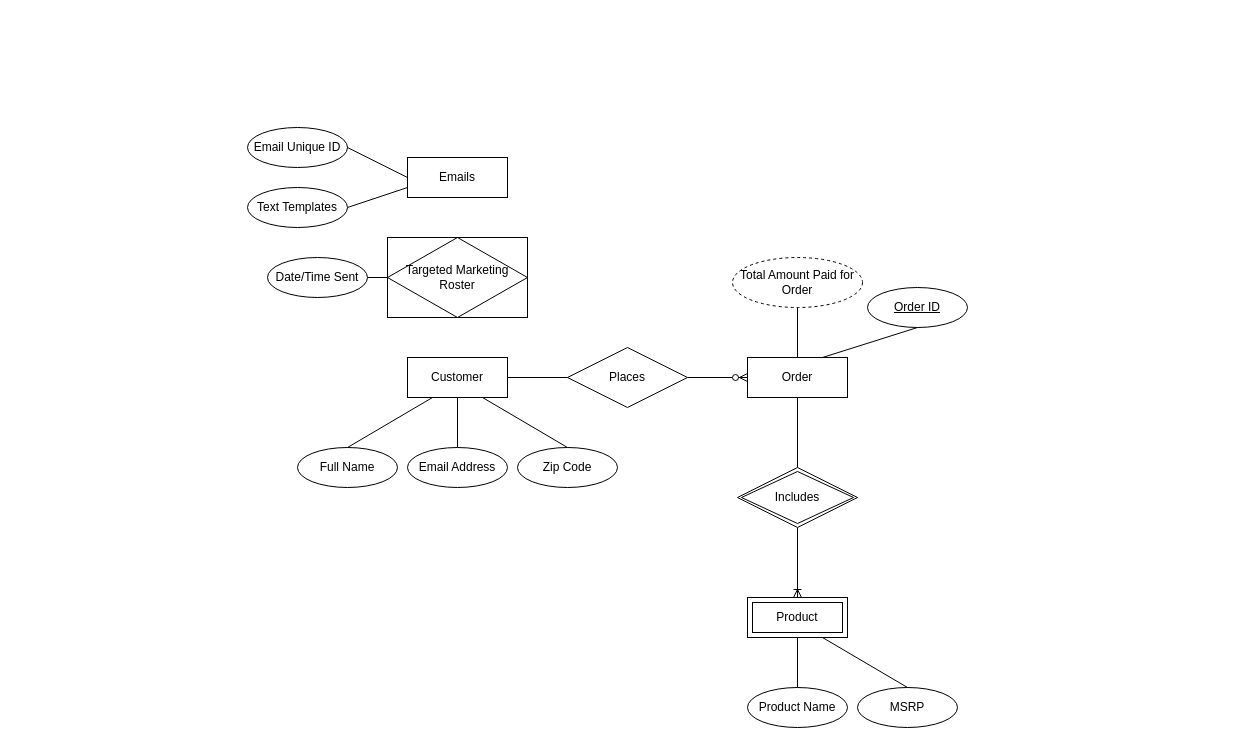
This is page "Page-2" (2 of 2) of Untitled Diagram.drawio from KILBORNK/skills-introduction-to-github, a draw.io file, before an edit. Source tidied: cells renumbered, new cells numbered last; positions are measured from the earlier drawing's top-left corner, leaving out a move shared by most shapes. Both pictures are drawn from the tidied source at 100%, with x=0, y=0 at pixel (247, 127).
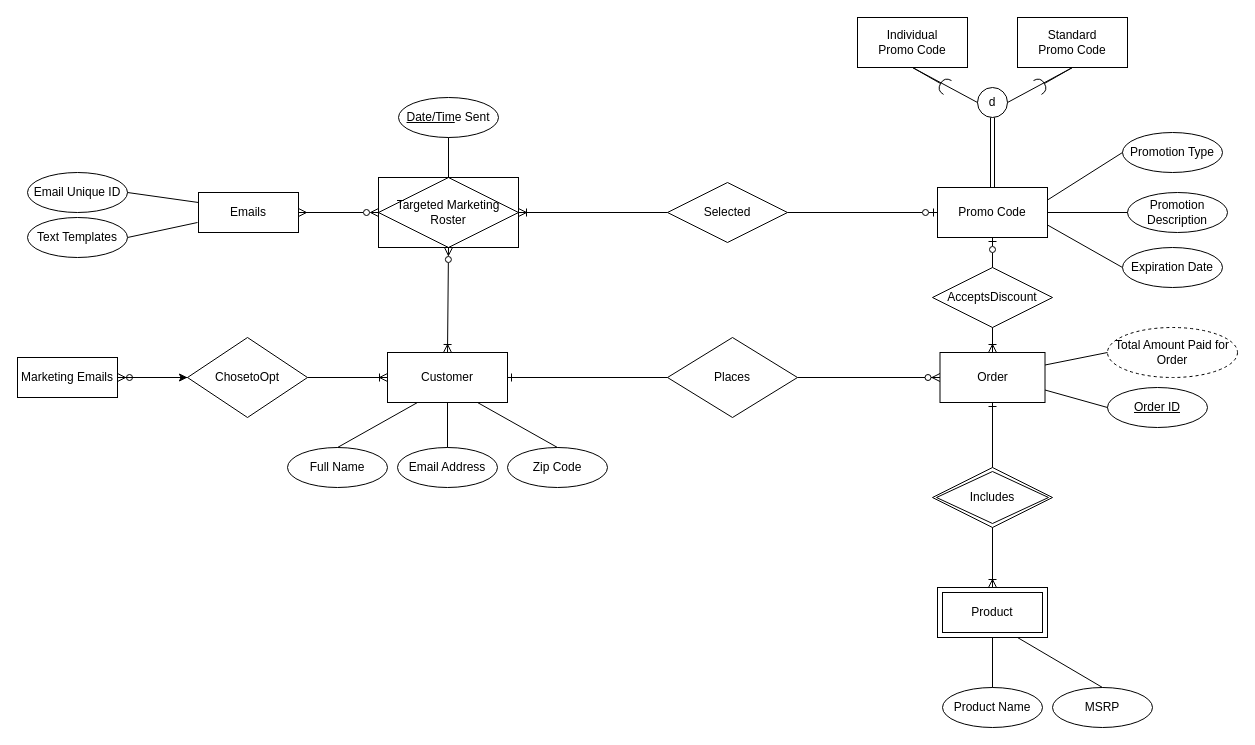
Above is the later version.

The edit, as a diff of the source:
```diff
@@
-    <mxCell id="2" value="Emails" style="whiteSpace=wrap;html=1;align=center;" parent="1" vertex="1">
-      <mxGeometry x="160" y="30" width="100" height="40" as="geometry" />
-    </mxCell>
-    <mxCell id="3" style="rounded=0;jettySize=auto;html=1;exitX=1;exitY=0.5;exitDx=0;exitDy=0;entryX=0;entryY=0.5;entryDx=0;entryDy=0;endArrow=none;startFill=0;" parent="1" edge="1" source="4" target="21">
+    <mxCell id="3" style="rounded=0;jettySize=auto;html=1;exitX=1;exitY=0.5;exitDx=0;exitDy=0;entryX=0;entryY=0.5;entryDx=0;entryDy=0;endArrow=none;startFill=0;startArrow=ERone;" parent="1" edge="1" source="4" target="21">
       <mxGeometry relative="1" as="geometry" />
     </mxCell>
     <mxCell id="4" value="Customer" style="whiteSpace=wrap;html=1;align=center;" parent="1" vertex="1">
-      <mxGeometry x="160" y="230" width="100" height="40" as="geometry" />
+      <mxGeometry x="140" y="225" width="120" height="50" as="geometry" />
     </mxCell>
-    <mxCell id="5" value="Order" style="whiteSpace=wrap;html=1;align=center;" parent="1" vertex="1">
-      <mxGeometry x="500" y="230" width="100" height="40" as="geometry" />
-    </mxCell>
-    <mxCell id="6" value="Product" style="shape=ext;margin=3;double=1;whiteSpace=wrap;html=1;align=center;" parent="1" vertex="1">
-      <mxGeometry x="500" y="470" width="100" height="40" as="geometry" />
-    </mxCell>
-    <mxCell id="7" value="Includes" style="shape=rhombus;double=1;perimeter=rhombusPerimeter;whiteSpace=wrap;html=1;align=center;" parent="1" vertex="1">
-      <mxGeometry x="490" y="340" width="120" height="60" as="geometry" />
-    </mxCell>
     <mxCell id="8" value="Full Name" style="ellipse;whiteSpace=wrap;html=1;align=center;" parent="1" vertex="1">
-      <mxGeometry x="50" y="320" width="100" height="40" as="geometry" />
+      <mxGeometry x="40" y="320" width="100" height="40" as="geometry" />
     </mxCell>
-    <mxCell id="9" style="rounded=0;jettySize=auto;html=1;exitX=1;exitY=0.5;exitDx=0;exitDy=0;entryX=0;entryY=0.5;entryDx=0;entryDy=0;endArrow=none;startFill=0;" parent="1" edge="1" source="10" target="14">
-      <mxGeometry relative="1" as="geometry" />
-    </mxCell>
-    <mxCell id="10" value="Date/Time Sent" style="ellipse;whiteSpace=wrap;html=1;align=center;" parent="1" vertex="1">
-      <mxGeometry x="20" y="130" width="100" height="40" as="geometry" />
-    </mxCell>
-    <mxCell id="11" style="rounded=0;jettySize=auto;html=1;exitX=1;exitY=0.5;exitDx=0;exitDy=0;entryX=0;entryY=0.75;entryDx=0;entryDy=0;endArrow=none;startFill=0;" parent="1" edge="1" source="12" target="2">
-      <mxGeometry relative="1" as="geometry" />
-    </mxCell>
-    <mxCell id="12" value="Text Templates" style="ellipse;whiteSpace=wrap;html=1;align=center;" parent="1" vertex="1">
-      <mxGeometry y="60" width="100" height="40" as="geometry" />
-    </mxCell>
-    <mxCell id="13" value="Email Unique ID" style="ellipse;whiteSpace=wrap;html=1;align=center;" parent="1" vertex="1">
-      <mxGeometry width="100" height="40" as="geometry" />
-    </mxCell>
-    <mxCell id="14" value="Targeted Marketing Roster" style="shape=associativeEntity;whiteSpace=wrap;html=1;align=center;" parent="1" vertex="1">
-      <mxGeometry x="140" y="110" width="140" height="80" as="geometry" />
-    </mxCell>
-    <mxCell id="15" style="rounded=0;jettySize=auto;html=1;exitX=1;exitY=0.5;exitDx=0;exitDy=0;entryX=0;entryY=0.5;entryDx=0;entryDy=0;endArrow=none;startFill=0;" parent="1" edge="1" source="13" target="2">
-      <mxGeometry relative="1" as="geometry" />
-    </mxCell>
     <mxCell id="16" value="Email Address" style="ellipse;whiteSpace=wrap;html=1;align=center;" parent="1" vertex="1">
-      <mxGeometry x="160" y="320" width="100" height="40" as="geometry" />
+      <mxGeometry x="150" y="320" width="100" height="40" as="geometry" />
     </mxCell>
     <mxCell id="17" value="Zip Code" style="ellipse;whiteSpace=wrap;html=1;align=center;" parent="1" vertex="1">
-      <mxGeometry x="270" y="320" width="100" height="40" as="geometry" />
+      <mxGeometry x="260" y="320" width="100" height="40" as="geometry" />
     </mxCell>
@@
-    <mxCell id="21" value="Places" style="shape=rhombus;perimeter=rhombusPerimeter;whiteSpace=wrap;html=1;align=center;" parent="1" vertex="1">
-      <mxGeometry x="320" y="220" width="120" height="60" as="geometry" />
-    </mxCell>
-    <mxCell id="22" style="fontSize=12;html=1;endArrow=ERzeroToMany;endFill=1;rounded=0;entryX=0;entryY=0.5;entryDx=0;entryDy=0;" parent="1" edge="1" target="5">
-      <mxGeometry relative="1" as="geometry">
-        <mxPoint x="440" y="250" as="sourcePoint" />
-      </mxGeometry>
+    <mxCell id="22" style="fontSize=12;html=1;endArrow=ERzeroToMany;endFill=1;rounded=0;entryX=0;entryY=0.5;entryDx=0;entryDy=0;" parent="1" edge="1" source="21" target="5">
+      <mxGeometry relative="1" as="geometry" />
     </mxCell>
+    <mxCell id="33" style="group;" parent="1" vertex="1">
+      <mxGeometry x="680" y="130" width="310" height="470" as="geometry" />
+    </mxCell>
+    <mxCell id="5" value="Order" style="whiteSpace=wrap;html=1;align=center;" parent="33" vertex="1">
+      <mxGeometry x="12.5" y="95" width="105" height="50" as="geometry" />
+    </mxCell>
+    <mxCell id="6" value="Product" style="shape=ext;margin=3;double=1;whiteSpace=wrap;html=1;align=center;" parent="33" vertex="1">
+      <mxGeometry x="10" y="330" width="110" height="50" as="geometry" />
+    </mxCell>
+    <mxCell id="7" value="Includes" style="shape=rhombus;double=1;perimeter=rhombusPerimeter;whiteSpace=wrap;html=1;align=center;" parent="33" vertex="1">
+      <mxGeometry x="5" y="210" width="120" height="60" as="geometry" />
+    </mxCell>
-    <mxCell id="23" style="rounded=0;jettySize=auto;html=1;exitX=0.5;exitY=1;exitDx=0;exitDy=0;endArrow=none;startFill=0;entryX=0.5;entryY=0;entryDx=0;entryDy=0;" parent="1" edge="1" source="5" target="7">
+    <mxCell id="23" style="rounded=0;jettySize=auto;html=1;exitX=0.5;exitY=1;exitDx=0;exitDy=0;endArrow=none;startFill=0;entryX=0.5;entryY=0;entryDx=0;entryDy=0;startArrow=ERone;" parent="33" edge="1" source="5" target="7">
       <mxGeometry relative="1" as="geometry" />
     </mxCell>
-    <mxCell id="24" value="Total Amount Paid for Order" style="ellipse;whiteSpace=wrap;html=1;align=center;dashed=1;" parent="1" vertex="1">
-      <mxGeometry x="485" y="130" width="130" height="50" as="geometry" />
-    </mxCell>
-    <mxCell id="25" value="&lt;u&gt;Order ID&lt;/u&gt;" style="ellipse;whiteSpace=wrap;html=1;align=center;" parent="1" vertex="1">
-      <mxGeometry x="620" y="160" width="100" height="40" as="geometry" />
+    <mxCell id="25" value="&lt;u&gt;Order ID&lt;/u&gt;" style="ellipse;whiteSpace=wrap;html=1;align=center;" parent="33" vertex="1">
+      <mxGeometry x="180" y="130" width="100" height="40" as="geometry" />
     </mxCell>
-    <mxCell id="26" style="rounded=0;jettySize=auto;html=1;exitX=0.5;exitY=1;exitDx=0;exitDy=0;entryX=0.75;entryY=0;entryDx=0;entryDy=0;endArrow=none;startFill=0;" parent="1" edge="1" source="25" target="5">
+    <mxCell id="26" style="rounded=0;jettySize=auto;html=1;exitX=0;exitY=0.5;exitDx=0;exitDy=0;entryX=1;entryY=0.75;entryDx=0;entryDy=0;endArrow=none;startFill=0;" parent="33" edge="1" source="25" target="5">
       <mxGeometry relative="1" as="geometry" />
     </mxCell>
-    <mxCell id="27" style="rounded=0;jettySize=auto;html=1;exitX=0.5;exitY=1;exitDx=0;exitDy=0;entryX=0.5;entryY=0;entryDx=0;entryDy=0;endArrow=none;startFill=0;" parent="1" edge="1" source="24" target="5">
-      <mxGeometry relative="1" as="geometry" />
-    </mxCell>
-    <mxCell id="28" style="fontSize=12;html=1;endArrow=ERoneToMany;rounded=0;entryX=0.5;entryY=0;entryDx=0;entryDy=0;exitX=0.5;exitY=1;exitDx=0;exitDy=0;" parent="1" edge="1" source="7" target="6">
+    <mxCell id="28" style="fontSize=12;html=1;endArrow=ERoneToMany;rounded=0;entryX=0.5;entryY=0;entryDx=0;entryDy=0;exitX=0.5;exitY=1;exitDx=0;exitDy=0;" parent="33" edge="1" source="7" target="6">
       <mxGeometry relative="1" as="geometry" />
     </mxCell>
-    <mxCell id="29" value="Product Name" style="ellipse;whiteSpace=wrap;html=1;align=center;" parent="1" vertex="1">
-      <mxGeometry x="500" y="560" width="100" height="40" as="geometry" />
+    <mxCell id="29" value="Product Name" style="ellipse;whiteSpace=wrap;html=1;align=center;" parent="33" vertex="1">
+      <mxGeometry x="15" y="430" width="100" height="40" as="geometry" />
     </mxCell>
-    <mxCell id="30" value="MSRP" style="ellipse;whiteSpace=wrap;html=1;align=center;" parent="1" vertex="1">
-      <mxGeometry x="610" y="560" width="100" height="40" as="geometry" />
+    <mxCell id="30" value="MSRP" style="ellipse;whiteSpace=wrap;html=1;align=center;" parent="33" vertex="1">
+      <mxGeometry x="125" y="430" width="100" height="40" as="geometry" />
     </mxCell>
-    <mxCell id="31" style="endArrow=none;html=1;rounded=0;entryX=0.5;entryY=1;entryDx=0;entryDy=0;exitX=0.5;exitY=0;exitDx=0;exitDy=0;" parent="1" edge="1" source="29">
+    <mxCell id="31" style="endArrow=none;html=1;rounded=0;entryX=0.5;entryY=1;entryDx=0;entryDy=0;exitX=0.5;exitY=0;exitDx=0;exitDy=0;" parent="33" edge="1" source="29">
       <mxGeometry relative="1" as="geometry">
-        <mxPoint x="550" y="510" as="targetPoint" />
+        <mxPoint x="65" y="380" as="targetPoint" />
       </mxGeometry>
     </mxCell>
-    <mxCell id="32" style="endArrow=none;html=1;rounded=0;entryX=0.75;entryY=1;entryDx=0;entryDy=0;exitX=0.5;exitY=0;exitDx=0;exitDy=0;" parent="1" edge="1" source="30">
+    <mxCell id="32" style="endArrow=none;html=1;rounded=0;entryX=0.75;entryY=1;entryDx=0;entryDy=0;exitX=0.5;exitY=0;exitDx=0;exitDy=0;" parent="33" edge="1" source="30">
       <mxGeometry relative="1" as="geometry">
-        <mxPoint x="575" y="510" as="targetPoint" />
+        <mxPoint x="90" y="380" as="targetPoint" />
       </mxGeometry>
     </mxCell>
+    <mxCell id="34" value="AcceptsDiscount" style="shape=rhombus;perimeter=rhombusPerimeter;whiteSpace=wrap;html=1;align=center;" parent="33" vertex="1">
+      <mxGeometry x="5" y="10" width="120" height="60" as="geometry" />
+    </mxCell>
+    <mxCell id="35" style="rounded=0;jettySize=auto;html=1;exitX=0.5;exitY=1;exitDx=0;exitDy=0;endArrow=ERoneToMany;startFill=0;entryX=0.5;entryY=0;entryDx=0;entryDy=0;endFill=0;" parent="33" edge="1" source="34" target="5">
+      <mxGeometry relative="1" as="geometry" />
+    </mxCell>
+    <mxCell id="24" value="Total Amount Paid for Order" style="ellipse;whiteSpace=wrap;html=1;align=center;dashed=1;" parent="33" vertex="1">
+      <mxGeometry x="180" y="70" width="130" height="50" as="geometry" />
+    </mxCell>
+    <mxCell id="27" style="rounded=0;jettySize=auto;html=1;exitX=0;exitY=0.5;exitDx=0;exitDy=0;entryX=1;entryY=0.25;entryDx=0;entryDy=0;endArrow=none;startFill=0;" parent="33" edge="1" source="24" target="5">
+      <mxGeometry relative="1" as="geometry" />
+    </mxCell>
+    <mxCell id="36" style="fontSize=12;html=1;endArrow=none;endFill=1;rounded=0;entryX=0;entryY=0.5;entryDx=0;entryDy=0;startFill=0;" parent="1" edge="1" target="21">
+      <mxGeometry relative="1" as="geometry">
+        <mxPoint x="440" y="250" as="sourcePoint" />
+      </mxGeometry>
+    </mxCell>
+    <mxCell id="21" value="Places" style="shape=rhombus;perimeter=rhombusPerimeter;whiteSpace=wrap;html=1;align=center;" parent="1" vertex="1">
+      <mxGeometry x="420" y="210" width="130" height="80" as="geometry" />
+    </mxCell>
+    <mxCell id="37" value="Selected" style="shape=rhombus;perimeter=rhombusPerimeter;whiteSpace=wrap;html=1;align=center;" parent="1" vertex="1">
+      <mxGeometry x="420" y="55" width="120" height="60" as="geometry" />
+    </mxCell>
+    <mxCell id="38" style="group;" parent="1" vertex="1">
+      <mxGeometry x="-9" y="-70" width="280" height="190" as="geometry" />
+    </mxCell>
+    <mxCell id="14" value="Targeted Marketing Roster" style="shape=associativeEntity;whiteSpace=wrap;html=1;align=center;" parent="38" vertex="1">
+      <mxGeometry x="140" y="120" width="140" height="70" as="geometry" />
+    </mxCell>
+    <mxCell id="10" value="&lt;u&gt;Date/Tim&lt;/u&gt;e Sent" style="ellipse;whiteSpace=wrap;html=1;align=center;" parent="38" vertex="1">
+      <mxGeometry x="160" y="40" width="100" height="40" as="geometry" />
+    </mxCell>
+    <mxCell id="9" style="rounded=0;jettySize=auto;html=1;exitX=0.5;exitY=1;exitDx=0;exitDy=0;entryX=0.5;entryY=0;entryDx=0;entryDy=0;endArrow=none;startFill=0;" parent="38" edge="1" source="10" target="14">
+      <mxGeometry relative="1" as="geometry" />
+    </mxCell>
+    <mxCell id="2" value="Emails" style="whiteSpace=wrap;html=1;align=center;" parent="38" vertex="1">
+      <mxGeometry x="-40" y="135" width="100" height="40" as="geometry" />
+    </mxCell>
+    <mxCell id="39" style="rounded=0;jettySize=auto;html=1;endArrow=ERzeroToMany;startFill=0;entryX=0;entryY=0.5;entryDx=0;entryDy=0;endFill=0;exitX=1;exitY=0.5;exitDx=0;exitDy=0;startArrow=ERmany;" parent="38" edge="1" source="2" target="14">
+      <mxGeometry relative="1" as="geometry" />
+    </mxCell>
+    <mxCell id="40" value="Promo Code" style="whiteSpace=wrap;html=1;align=center;" parent="1" vertex="1">
+      <mxGeometry x="690" y="60" width="110" height="50" as="geometry" />
+    </mxCell>
+    <mxCell id="41" style="rounded=0;jettySize=auto;html=1;exitX=1;exitY=0.5;exitDx=0;exitDy=0;endArrow=none;startFill=0;startArrow=ERoneToMany;" parent="1" edge="1" source="14">
+      <mxGeometry relative="1" as="geometry">
+        <mxPoint x="420" y="85" as="targetPoint" />
+      </mxGeometry>
+    </mxCell>
+    <mxCell id="42" style="rounded=0;jettySize=auto;html=1;exitX=1;exitY=0.5;exitDx=0;exitDy=0;endArrow=ERzeroToOne;startFill=0;entryX=0;entryY=0.5;entryDx=0;entryDy=0;endFill=0;" parent="1" edge="1" source="37" target="40">
+      <mxGeometry relative="1" as="geometry" />
+    </mxCell>
+    <mxCell id="43" style="rounded=0;jettySize=auto;html=1;exitX=0.5;exitY=0;exitDx=0;exitDy=0;endArrow=ERzeroToOne;startFill=0;entryX=0.5;entryY=1;entryDx=0;entryDy=0;endFill=0;" parent="1" edge="1" source="34" target="40">
+      <mxGeometry relative="1" as="geometry" />
+    </mxCell>
+    <mxCell id="44" value="d" style="ellipse;whiteSpace=wrap;html=1;" parent="1" vertex="1">
+      <mxGeometry x="730" y="-40" width="30" height="30" as="geometry" />
+    </mxCell>
+    <mxCell id="45" style="rounded=0;jettySize=auto;html=1;endArrow=none;startFill=0;entryX=0.5;entryY=0;entryDx=0;entryDy=0;exitX=0.5;exitY=1;exitDx=0;exitDy=0;shape=link;" parent="1" edge="1" source="44" target="40">
+      <mxGeometry relative="1" as="geometry" />
+    </mxCell>
+    <mxCell id="46" value="Individual &lt;br&gt;Promo Code" style="whiteSpace=wrap;html=1;align=center;" parent="1" vertex="1">
+      <mxGeometry x="610" y="-110" width="110" height="50" as="geometry" />
+    </mxCell>
+    <mxCell id="47" value="Standard &lt;br&gt;Promo Code" style="whiteSpace=wrap;html=1;align=center;" parent="1" vertex="1">
+      <mxGeometry x="770" y="-110" width="110" height="50" as="geometry" />
+    </mxCell>
+    <mxCell id="48" style="ellipse;whiteSpace=wrap;html=1;align=center;fillColor=none;strokeColor=none;perimeter=centerPerimeter;" parent="1" vertex="1">
+      <mxGeometry x="600" y="60" width="10" height="10" as="geometry" />
+    </mxCell>
+    <mxCell id="49" style="group;" parent="1" vertex="1">
+      <mxGeometry x="700" y="-40" as="geometry" />
+    </mxCell>
+    <mxCell id="50" style="rounded=0;jettySize=auto;html=1;endArrow=halfCircle;endFill=0;endSize=6;strokeWidth=1;sketch=0;fontSize=12;curved=1;exitX=0.5;exitY=1;exitDx=0;exitDy=0;" parent="49" edge="1" source="46">
+      <mxGeometry relative="1" as="geometry">
+        <mxPoint as="targetPoint" />
+        <Array as="points">
+          <mxPoint />
+        </Array>
+      </mxGeometry>
+    </mxCell>
+    <mxCell id="51" style="rounded=0;jettySize=auto;html=1;exitX=0.5;exitY=1;exitDx=0;exitDy=0;endArrow=none;startFill=0;entryX=0;entryY=0.5;entryDx=0;entryDy=0;" parent="49" edge="1" source="46" target="44">
+      <mxGeometry relative="1" as="geometry" />
+    </mxCell>
+    <mxCell id="52" style="group;" parent="1" vertex="1">
+      <mxGeometry x="710" y="-30" as="geometry" />
+    </mxCell>
+    <mxCell id="53" style="rounded=0;jettySize=auto;html=1;endArrow=halfCircle;endFill=0;endSize=6;strokeWidth=1;sketch=0;fontSize=12;curved=1;exitX=0.5;exitY=1;exitDx=0;exitDy=0;" parent="1" edge="1" source="47">
+      <mxGeometry relative="1" as="geometry">
+        <mxPoint x="790" y="-40" as="targetPoint" />
+        <Array as="points">
+          <mxPoint x="790" y="-40" />
+        </Array>
+      </mxGeometry>
+    </mxCell>
+    <mxCell id="54" style="rounded=0;jettySize=auto;html=1;exitX=1;exitY=0.5;exitDx=0;exitDy=0;endArrow=none;startFill=0;entryX=0.5;entryY=1;entryDx=0;entryDy=0;" parent="1" edge="1" source="44" target="47">
+      <mxGeometry relative="1" as="geometry" />
+    </mxCell>
+    <mxCell id="55" style="rounded=0;jettySize=auto;html=1;exitX=0;exitY=0.5;exitDx=0;exitDy=0;entryX=1;entryY=0.75;entryDx=0;entryDy=0;endArrow=none;startFill=0;" parent="1" edge="1" source="59" target="40">
+      <mxGeometry relative="1" as="geometry" />
+    </mxCell>
+    <mxCell id="56" value="Promotion Description" style="ellipse;whiteSpace=wrap;html=1;align=center;" parent="1" vertex="1">
+      <mxGeometry x="880" y="65" width="100" height="40" as="geometry" />
+    </mxCell>
+    <mxCell id="57" style="rounded=0;jettySize=auto;html=1;exitX=1;exitY=0.5;exitDx=0;exitDy=0;endArrow=none;startFill=0;entryX=0;entryY=0.5;entryDx=0;entryDy=0;" parent="1" edge="1" source="40" target="56">
+      <mxGeometry relative="1" as="geometry" />
+    </mxCell>
+    <mxCell id="58" value="Promotion Type" style="ellipse;whiteSpace=wrap;html=1;align=center;" parent="1" vertex="1">
+      <mxGeometry x="875" y="5" width="100" height="40" as="geometry" />
+    </mxCell>
+    <mxCell id="59" value="Expiration Date" style="ellipse;whiteSpace=wrap;html=1;align=center;" parent="1" vertex="1">
+      <mxGeometry x="875" y="120" width="100" height="40" as="geometry" />
+    </mxCell>
+    <mxCell id="60" style="rounded=0;jettySize=auto;html=1;exitX=1;exitY=0.25;exitDx=0;exitDy=0;endArrow=none;startFill=0;entryX=0;entryY=0.5;entryDx=0;entryDy=0;" parent="1" edge="1" source="40" target="58">
+      <mxGeometry relative="1" as="geometry" />
+    </mxCell>
+    <mxCell id="61" style="rounded=0;jettySize=auto;html=1;endArrow=ERoneToMany;startFill=0;entryX=0.5;entryY=0;entryDx=0;entryDy=0;endFill=0;exitX=0.5;exitY=1;exitDx=0;exitDy=0;startArrow=ERzeroToMany;" parent="1" edge="1" source="14" target="4">
+      <mxGeometry relative="1" as="geometry" />
+    </mxCell>
+    <mxCell id="62" style="rounded=0;jettySize=auto;html=1;entryX=0;entryY=0.5;entryDx=0;entryDy=0;endArrow=none;startFill=0;startArrow=ERzeroToMany;" parent="1" edge="1" target="64">
+      <mxGeometry relative="1" as="geometry">
+        <mxPoint x="-130" y="250" as="sourcePoint" />
+      </mxGeometry>
+    </mxCell>
+    <mxCell id="63" style="fontSize=12;html=1;endArrow=ERoneToMany;endFill=0;rounded=0;entryX=0;entryY=0.5;entryDx=0;entryDy=0;" parent="1" edge="1" source="64" target="4">
+      <mxGeometry relative="1" as="geometry" />
+    </mxCell>
+    <mxCell id="64" value="ChosetoOpt" style="shape=rhombus;perimeter=rhombusPerimeter;whiteSpace=wrap;html=1;align=center;" parent="1" vertex="1">
+      <mxGeometry x="-60" y="210" width="120" height="80" as="geometry" />
+    </mxCell>
+    <mxCell id="11" style="rounded=0;jettySize=auto;html=1;exitX=1;exitY=0.5;exitDx=0;exitDy=0;endArrow=none;startFill=0;" parent="1" edge="1" source="12">
+      <mxGeometry relative="1" as="geometry">
+        <mxPoint x="-50" y="95" as="targetPoint" />
+      </mxGeometry>
+    </mxCell>
+    <mxCell id="12" value="Text Templates" style="ellipse;whiteSpace=wrap;html=1;align=center;" parent="1" vertex="1">
+      <mxGeometry x="-220" y="90" width="100" height="40" as="geometry" />
+    </mxCell>
+    <mxCell id="13" value="Email Unique ID" style="ellipse;whiteSpace=wrap;html=1;align=center;" parent="1" vertex="1">
+      <mxGeometry x="-220" y="45" width="100" height="40" as="geometry" />
+    </mxCell>
+    <mxCell id="15" style="rounded=0;jettySize=auto;html=1;exitX=1;exitY=0.5;exitDx=0;exitDy=0;entryX=0;entryY=0.25;entryDx=0;entryDy=0;endArrow=none;startFill=0;" parent="1" edge="1" source="13" target="2">
+      <mxGeometry relative="1" as="geometry" />
+    </mxCell>
+    <mxCell id="65" style="edgeStyle=orthogonalEdgeStyle;rounded=0;jettySize=auto;html=1;exitX=1;exitY=0.5;exitDx=0;exitDy=0;" parent="1" edge="1" source="66" target="64">
+      <mxGeometry relative="1" as="geometry" />
+    </mxCell>
+    <mxCell id="66" value="Marketing Emails" style="whiteSpace=wrap;html=1;align=center;" parent="1" vertex="1">
+      <mxGeometry x="-230" y="230" width="100" height="40" as="geometry" />
+    </mxCell>
```
